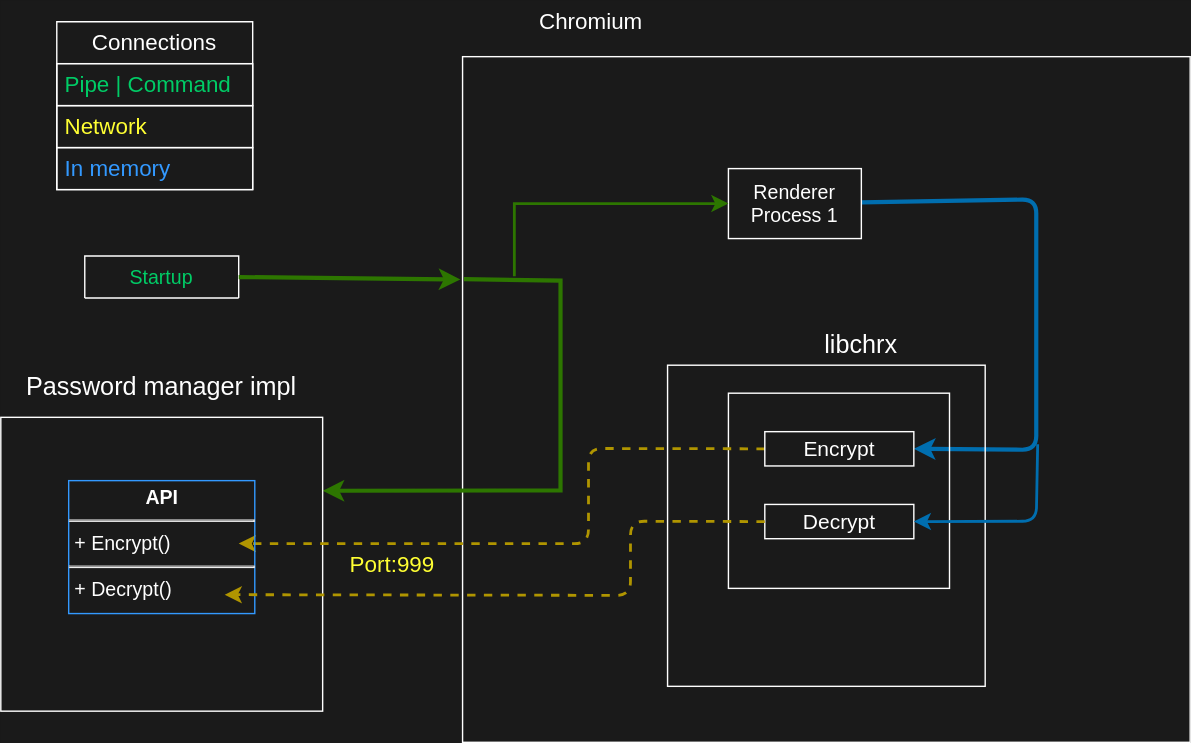
chrxer/safe-chrx-proto keeps this draw.io diagram as bridge.drawio.svg. Above is the earlier version. Source tidied: cells renumbered, new cells last; positions are measured from the earlier drawing's top-left corner, leaving out a move shared by most shapes.
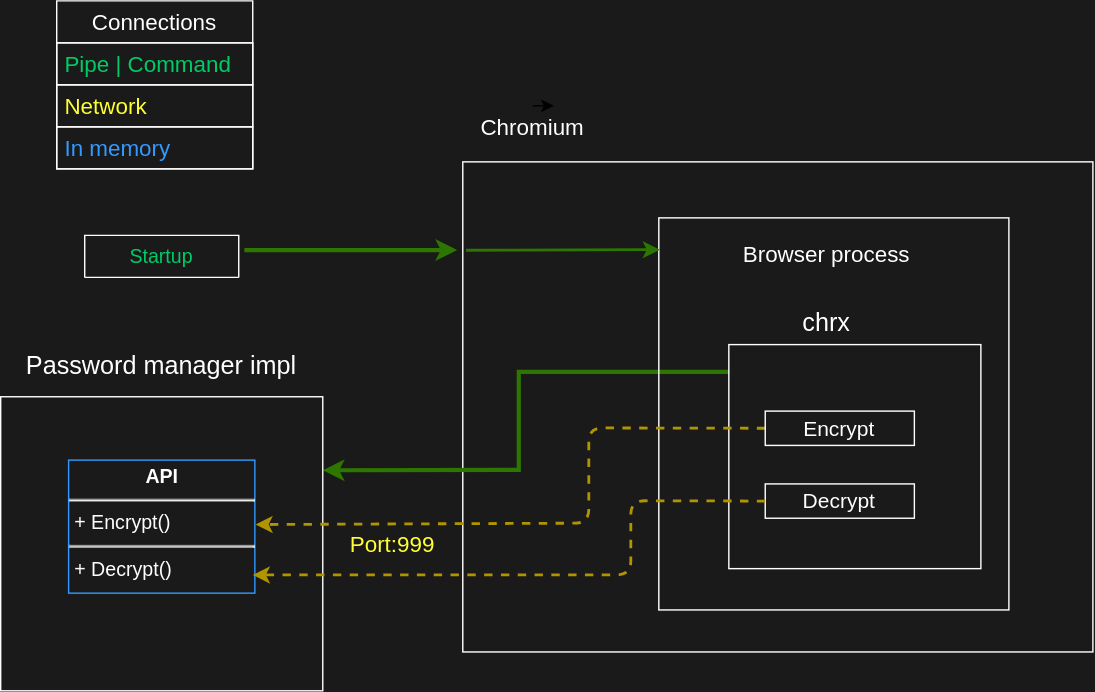
Above is the later version.

The edit, as a diff of the source:
```diff
@@ -3,49 +3,45 @@
     <mxCell id="0" />
     <mxCell id="1" parent="0" />
     <mxCell id="2" style="rounded=0;whiteSpace=wrap;html=1;fillColor=none;strokeColor=#FFFFFF;fontColor=#FFFFFF;" parent="1" vertex="1">
-      <mxGeometry x="330" y="40" width="520" height="490" as="geometry" />
+      <mxGeometry x="330" y="130" width="450" height="350" as="geometry" />
     </mxCell>
     <mxCell id="3" value="Startup" style="swimlane;fontStyle=0;horizontal=1;startSize=30;whiteSpace=wrap;html=1;fillColor=none;strokeColor=#FFFFFF;fontColor=#00CC66;fontSize=14;rounded=0;" parent="1" vertex="1" collapsed="1">
       <mxGeometry x="60" y="182.5" width="110" height="30" as="geometry" />
     </mxCell>
-    <mxCell id="4" style="edgeStyle=none;html=1;entryX=1;entryY=0.5;entryDx=0;entryDy=0;strokeWidth=3;fillColor=#1ba1e2;strokeColor=#006EAF;" parent="1" edge="1" source="6" target="13">
-      <mxGeometry relative="1" as="geometry">
-        <Array as="points">
-          <mxPoint x="740" y="142" />
-          <mxPoint x="740" y="321" />
-        </Array>
-      </mxGeometry>
-    </mxCell>
+    <mxCell id="25" style="edgeStyle=none;html=1;exitX=1;exitY=0.5;exitDx=0;exitDy=0;strokeColor=#2D7600;fontColor=#FFFFFF;strokeWidth=3;fillColor=#60a917;rounded=0;" parent="1" edge="1">
+      <mxGeometry relative="1" as="geometry">
+        <mxPoint x="174" y="193" as="sourcePoint" />
+        <mxPoint x="326" y="193" as="targetPoint" />
+      </mxGeometry>
+    </mxCell>
-    <mxCell id="5" style="edgeStyle=none;html=1;entryX=1;entryY=0.25;entryDx=0;entryDy=0;fontColor=#FFFFFF;fillColor=#60a917;strokeColor=#2D7600;strokeWidth=3;rounded=0;" parent="1" edge="1" target="10">
+    <mxCell id="5" style="edgeStyle=none;html=1;entryX=1;entryY=0.25;entryDx=0;entryDy=0;fontColor=#FFFFFF;fillColor=#60a917;strokeColor=#2D7600;strokeWidth=3;rounded=0;exitX=0.002;exitY=0.122;exitDx=0;exitDy=0;exitPerimeter=0;" parent="1" edge="1" source="8" target="10">
       <mxGeometry relative="1" as="geometry">
-        <mxPoint x="331" y="199" as="sourcePoint" />
         <Array as="points">
-          <mxPoint x="400" y="200" />
-          <mxPoint x="400" y="350" />
+          <mxPoint x="510" y="280" />
+          <mxPoint x="520" y="280" />
+          <mxPoint x="370" y="280" />
+          <mxPoint x="370" y="350" />
         </Array>
       </mxGeometry>
     </mxCell>
-    <mxCell id="6" value="&lt;font style=&quot;font-size: 14px;&quot;&gt;Renderer Process 1&lt;/font&gt;" style="rounded=0;whiteSpace=wrap;html=1;fillColor=none;strokeColor=#FFFFFF;fontColor=#FFFFFF;" parent="1" vertex="1">
-      <mxGeometry x="520" y="120" width="95" height="50" as="geometry" />
+    <mxCell id="6" style="rounded=0;whiteSpace=wrap;html=1;fillColor=none;strokeColor=#FFFFFF;fontColor=#FFFFFF;" parent="1" vertex="1">
+      <mxGeometry x="470" y="170" width="250" height="280" as="geometry" />
     </mxCell>
     <mxCell id="7" value="Chromium" style="text;html=1;strokeColor=none;fillColor=none;align=center;verticalAlign=middle;whiteSpace=wrap;rounded=0;fontColor=#FFFFFF;fontSize=16;" parent="1" vertex="1">
-      <mxGeometry x="392" width="60" height="30" as="geometry" />
+      <mxGeometry x="350" y="90" width="60" height="30" as="geometry" />
     </mxCell>
     <mxCell id="8" style="rounded=0;whiteSpace=wrap;html=1;fillColor=none;strokeColor=#FFFFFF;fontColor=#FFFFFF;" parent="1" vertex="1">
-      <mxGeometry x="476.5" y="260.5" width="227" height="229.5" as="geometry" />
+      <mxGeometry x="520" y="260.5" width="180" height="160" as="geometry" />
     </mxCell>
-    <mxCell id="9" value="libchrx" style="text;html=1;strokeColor=none;fillColor=none;align=center;verticalAlign=middle;whiteSpace=wrap;rounded=0;fontSize=18;fontColor=#FFFFFF;" parent="1" vertex="1">
-      <mxGeometry x="565" y="230.5" width="100" height="30" as="geometry" />
+    <mxCell id="9" value="chrx" style="text;html=1;strokeColor=none;fillColor=none;align=center;verticalAlign=middle;whiteSpace=wrap;rounded=0;fontSize=18;fontColor=#FFFFFF;" parent="1" vertex="1">
+      <mxGeometry x="540" y="230" width="100" height="30" as="geometry" />
     </mxCell>
     <mxCell id="10" style="rounded=0;whiteSpace=wrap;html=1;fillColor=none;strokeColor=#FFFFFF;fontColor=#FFFFFF;" parent="1" vertex="1">
       <mxGeometry y="297.8" width="230" height="210" as="geometry" />
     </mxCell>
-    <mxCell id="11" style="rounded=0;whiteSpace=wrap;html=1;fontSize=15;fillColor=none;strokeColor=#FFFFFF;fontColor=#FFFFFF;" parent="1" vertex="1">
-      <mxGeometry x="520" y="280.5" width="158" height="139.5" as="geometry" />
-    </mxCell>
     <mxCell id="12" style="edgeStyle=none;html=1;exitX=0;exitY=0.5;exitDx=0;exitDy=0;strokeWidth=2;fillColor=#e3c800;strokeColor=#B09500;dashed=1;" parent="1" edge="1" source="13">
       <mxGeometry relative="1" as="geometry">
-        <mxPoint x="170" y="388" as="targetPoint" />
+        <mxPoint x="182" y="389" as="targetPoint" />
         <Array as="points">
           <mxPoint x="420" y="320" />
           <mxPoint x="420" y="388" />
@@ -73,11 +69,11 @@
     <mxCell id="19" value="&lt;p style=&quot;margin: 4px 0px 0px; text-align: center; font-size: 14px;&quot;&gt;&lt;b style=&quot;font-size: 14px;&quot;&gt;API&lt;/b&gt;&lt;/p&gt;&lt;hr style=&quot;font-size: 14px;&quot;&gt;&lt;p style=&quot;margin: 0px 0px 0px 4px; font-size: 14px;&quot;&gt;+ Encrypt()&lt;br&gt;&lt;/p&gt;&lt;hr style=&quot;font-size: 14px;&quot;&gt;&lt;p style=&quot;margin: 0px 0px 0px 4px; font-size: 14px;&quot;&gt;+ Decrypt()&lt;/p&gt;" style="verticalAlign=top;align=left;overflow=fill;fontSize=14;fontFamily=Helvetica;html=1;fillColor=none;strokeColor=#3399FF;fontColor=#FFFFFF;rounded=0;" parent="1" vertex="1">
       <mxGeometry x="48.5" y="343" width="133" height="95" as="geometry" />
     </mxCell>
-    <mxCell id="20" style="edgeStyle=none;jettySize=auto;html=1;strokeWidth=2;fontColor=#FFFFFF;fillColor=#60a917;strokeColor=#2D7600;rounded=0;entryX=0;entryY=0.5;entryDx=0;entryDy=0;" parent="1" edge="1" target="6">
+    <mxCell id="20" style="edgeStyle=none;jettySize=auto;html=1;strokeWidth=2;fontColor=#FFFFFF;fillColor=#60a917;strokeColor=#2D7600;rounded=0;exitX=0.005;exitY=0.273;exitDx=0;exitDy=0;exitPerimeter=0;entryX=0.003;entryY=0.081;entryDx=0;entryDy=0;entryPerimeter=0;" parent="1" edge="1" target="6">
       <mxGeometry relative="1" as="geometry">
-        <mxPoint x="367" y="197" as="sourcePoint" />
+        <mxPoint x="332.2" y="193.1" as="sourcePoint" />
         <Array as="points">
-          <mxPoint x="367" y="145" />
+          <mxPoint x="367" y="193" />
         </Array>
       </mxGeometry>
     </mxCell>
@@ -89,20 +85,18 @@
     </mxCell>
     <mxCell id="23" style="edgeStyle=none;html=1;exitX=0;exitY=0.5;exitDx=0;exitDy=0;strokeWidth=2;fillColor=#e3c800;strokeColor=#B09500;dashed=1;" parent="1" edge="1" source="22">
       <mxGeometry relative="1" as="geometry">
-        <mxPoint x="160" y="424.5" as="targetPoint" />
+        <mxPoint x="180" y="425" as="targetPoint" />
         <Array as="points">
           <mxPoint x="450" y="372" />
           <mxPoint x="450" y="425" />
         </Array>
       </mxGeometry>
     </mxCell>
-    <mxCell id="24" style="edgeStyle=none;jettySize=auto;html=1;strokeWidth=2;entryX=1;entryY=0.5;entryDx=0;entryDy=0;fillColor=#1ba1e2;strokeColor=#006EAF;" parent="1" edge="1" target="22">
-      <mxGeometry relative="1" as="geometry">
-        <mxPoint x="741" y="317" as="sourcePoint" />
-        <Array as="points">
-          <mxPoint x="740" y="372" />
-        </Array>
-      </mxGeometry>
-    </mxCell>
+    <mxCell id="26" style="edgeStyle=none;html=1;exitX=0.5;exitY=0;exitDx=0;exitDy=0;entryX=0.75;entryY=0;entryDx=0;entryDy=0;" parent="1" edge="1" source="7" target="7">
+      <mxGeometry relative="1" as="geometry" />
+    </mxCell>
+    <mxCell id="27" value="Browser process" style="text;html=1;strokeColor=none;fillColor=none;align=center;verticalAlign=middle;whiteSpace=wrap;rounded=0;fontColor=#FFFFFF;fontSize=16;" parent="1" vertex="1">
+      <mxGeometry x="519.8" y="182.5" width="140.4" height="26.2" as="geometry" />
+    </mxCell>
   </root>
 </mxGraphModel>
```
